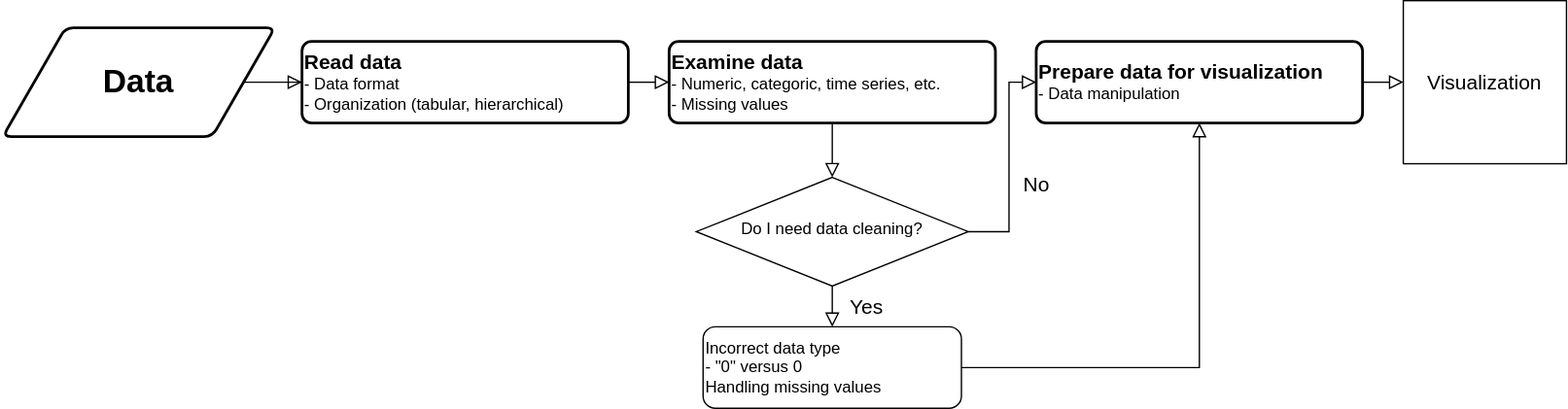
This is data2viz.drawio.svg from TK-Hsiao/TK-Hsiao.github.io, a draw.io export, as it was before one commit. Source tidied: cells renumbered, new cells last; positions are measured from the earlier drawing's top-left corner, leaving out a move shared by most shapes. The source it was exported from:
```xml
<mxGraphModel>
  <root>
    <mxCell id="0" />
    <mxCell id="1" parent="0" />
    <mxCell id="2" style="rounded=0;html=1;jettySize=auto;fontSize=11;endArrow=block;endFill=0;endSize=8;strokeWidth=1;shadow=0;labelBackgroundColor=none;edgeStyle=orthogonalEdgeStyle;entryX=0;entryY=0.5;entryDx=0;entryDy=0;" parent="1" edge="1" source="5" target="6">
      <mxGeometry relative="1" as="geometry" />
    </mxCell>
    <mxCell id="3" value="Do I need data cleaning?" style="rhombus;whiteSpace=wrap;html=1;shadow=0;fontFamily=Helvetica;fontSize=12;align=center;strokeWidth=1;spacing=6;spacingTop=-4;" parent="1" vertex="1">
      <mxGeometry x="510" y="130" width="200" height="80" as="geometry" />
    </mxCell>
    <mxCell id="4" value="Yes" style="edgeStyle=orthogonalEdgeStyle;rounded=0;html=1;jettySize=auto;orthogonalLoop=1;fontSize=11;endArrow=block;endFill=0;endSize=8;strokeWidth=1;shadow=0;labelBackgroundColor=none;" parent="1" edge="1">
      <mxGeometry y="10" relative="1" as="geometry">
        <mxPoint x="430" y="320" as="targetPoint" />
      </mxGeometry>
    </mxCell>
    <mxCell id="5" value="&lt;b&gt;&lt;font style=&quot;font-size: 24px;&quot;&gt;Data&lt;/font&gt;&lt;/b&gt;" style="shape=parallelogram;html=1;strokeWidth=2;perimeter=parallelogramPerimeter;whiteSpace=wrap;rounded=1;arcSize=12;size=0.23;" parent="1" vertex="1">
      <mxGeometry y="20" width="200" height="80" as="geometry" />
    </mxCell>
    <mxCell id="6" value="&lt;span style=&quot;font-size: 15px;&quot;&gt;&lt;b&gt;Read data&lt;br&gt;&lt;/b&gt;&lt;/span&gt;&lt;span style=&quot;background-color: initial;&quot;&gt;- Data format&lt;br&gt;&lt;/span&gt;&lt;span style=&quot;&quot;&gt;- Organization (tabular, hierarchical)&amp;nbsp;&lt;br&gt;&lt;/span&gt;" style="rounded=1;whiteSpace=wrap;html=1;absoluteArcSize=1;arcSize=14;strokeWidth=2;align=left;flipH=0;" parent="1" vertex="1">
      <mxGeometry x="220" y="30" width="240" height="60" as="geometry" />
    </mxCell>
    <mxCell id="7" style="rounded=0;html=1;jettySize=auto;fontSize=11;endArrow=block;endFill=0;endSize=8;strokeWidth=1;shadow=0;labelBackgroundColor=none;edgeStyle=orthogonalEdgeStyle;exitX=1;exitY=0.5;exitDx=0;exitDy=0;entryX=0;entryY=0.5;entryDx=0;entryDy=0;" parent="1" edge="1" source="6" target="8">
      <mxGeometry x="0.33" y="20" relative="1" as="geometry" />
    </mxCell>
    <mxCell id="8" value="&lt;b style=&quot;font-size: 15px;&quot;&gt;Examine data&lt;br&gt;&lt;/b&gt;- Numeric, categoric, time series, etc.&lt;br&gt;- Missing values" style="rounded=1;whiteSpace=wrap;html=1;absoluteArcSize=1;arcSize=14;strokeWidth=2;align=left;" parent="1" vertex="1">
      <mxGeometry x="490" y="30" width="240" height="60" as="geometry" />
    </mxCell>
    <mxCell id="9" style="rounded=0;html=1;jettySize=auto;fontSize=11;endArrow=block;endFill=0;endSize=8;strokeWidth=1;shadow=0;labelBackgroundColor=none;edgeStyle=orthogonalEdgeStyle;exitX=0.5;exitY=1;exitDx=0;exitDy=0;" parent="1" edge="1" source="8" target="3">
      <mxGeometry x="0.33" y="20" relative="1" as="geometry" />
    </mxCell>
    <mxCell id="10" value="Incorrect data type&lt;br&gt;- &quot;0&quot; versus 0&lt;br&gt;Handling missing values" style="rounded=1;whiteSpace=wrap;html=1;fontSize=12;glass=0;strokeWidth=1;shadow=0;align=left;" parent="1" vertex="1">
      <mxGeometry x="515" y="240" width="190" height="60" as="geometry" />
    </mxCell>
    <mxCell id="11" value="&lt;b style=&quot;font-size: 15px;&quot;&gt;Prepare data for visualization&lt;br&gt;&lt;/b&gt;- Data manipulation" style="rounded=1;whiteSpace=wrap;html=1;absoluteArcSize=1;arcSize=14;strokeWidth=2;align=left;" parent="1" vertex="1">
      <mxGeometry x="760" y="30" width="240" height="60" as="geometry" />
    </mxCell>
    <mxCell id="12" value="No" style="text;html=1;align=center;verticalAlign=middle;strokeColor=none;fillColor=none;fontSize=15;" parent="1" vertex="1">
      <mxGeometry x="740" y="120" width="40" height="30" as="geometry" />
    </mxCell>
    <mxCell id="13" value="Yes" style="text;html=1;align=center;verticalAlign=middle;strokeColor=none;fillColor=none;fontSize=15;" parent="1" vertex="1">
      <mxGeometry x="610" y="210" width="50" height="30" as="geometry" />
    </mxCell>
    <mxCell id="14" style="rounded=0;html=1;jettySize=auto;fontSize=11;endArrow=block;endFill=0;endSize=8;strokeWidth=1;shadow=0;labelBackgroundColor=none;edgeStyle=orthogonalEdgeStyle;exitX=0.5;exitY=1;exitDx=0;exitDy=0;entryX=0.5;entryY=0;entryDx=0;entryDy=0;" parent="1" edge="1" source="3" target="10">
      <mxGeometry x="0.33" y="20" relative="1" as="geometry" />
    </mxCell>
    <mxCell id="15" style="rounded=0;html=1;jettySize=auto;fontSize=11;endArrow=block;endFill=0;endSize=8;strokeWidth=1;shadow=0;labelBackgroundColor=none;edgeStyle=orthogonalEdgeStyle;exitX=1;exitY=0.5;exitDx=0;exitDy=0;entryX=0.5;entryY=1;entryDx=0;entryDy=0;" parent="1" edge="1" source="10" target="11">
      <mxGeometry x="0.33" y="20" relative="1" as="geometry" />
    </mxCell>
    <mxCell id="16" value="Visualization" style="whiteSpace=wrap;html=1;fontSize=15;" parent="1" vertex="1">
      <mxGeometry x="1030" width="120" height="120" as="geometry" />
    </mxCell>
    <mxCell id="17" style="rounded=0;html=1;jettySize=auto;fontSize=11;endArrow=block;endFill=0;endSize=8;strokeWidth=1;shadow=0;labelBackgroundColor=none;edgeStyle=orthogonalEdgeStyle;exitX=1;exitY=0.5;exitDx=0;exitDy=0;entryX=0;entryY=0.5;entryDx=0;entryDy=0;" parent="1" edge="1" source="3" target="11">
      <mxGeometry x="0.33" y="20" relative="1" as="geometry">
        <Array as="points">
          <mxPoint x="740" y="170" />
          <mxPoint x="740" y="60" />
        </Array>
      </mxGeometry>
    </mxCell>
    <mxCell id="18" style="rounded=0;html=1;jettySize=auto;fontSize=11;endArrow=block;endFill=0;endSize=8;strokeWidth=1;shadow=0;labelBackgroundColor=none;edgeStyle=orthogonalEdgeStyle;exitX=1;exitY=0.5;exitDx=0;exitDy=0;entryX=0;entryY=0.5;entryDx=0;entryDy=0;" parent="1" edge="1" source="11" target="16">
      <mxGeometry x="0.33" y="20" relative="1" as="geometry" />
    </mxCell>
  </root>
</mxGraphModel>
```
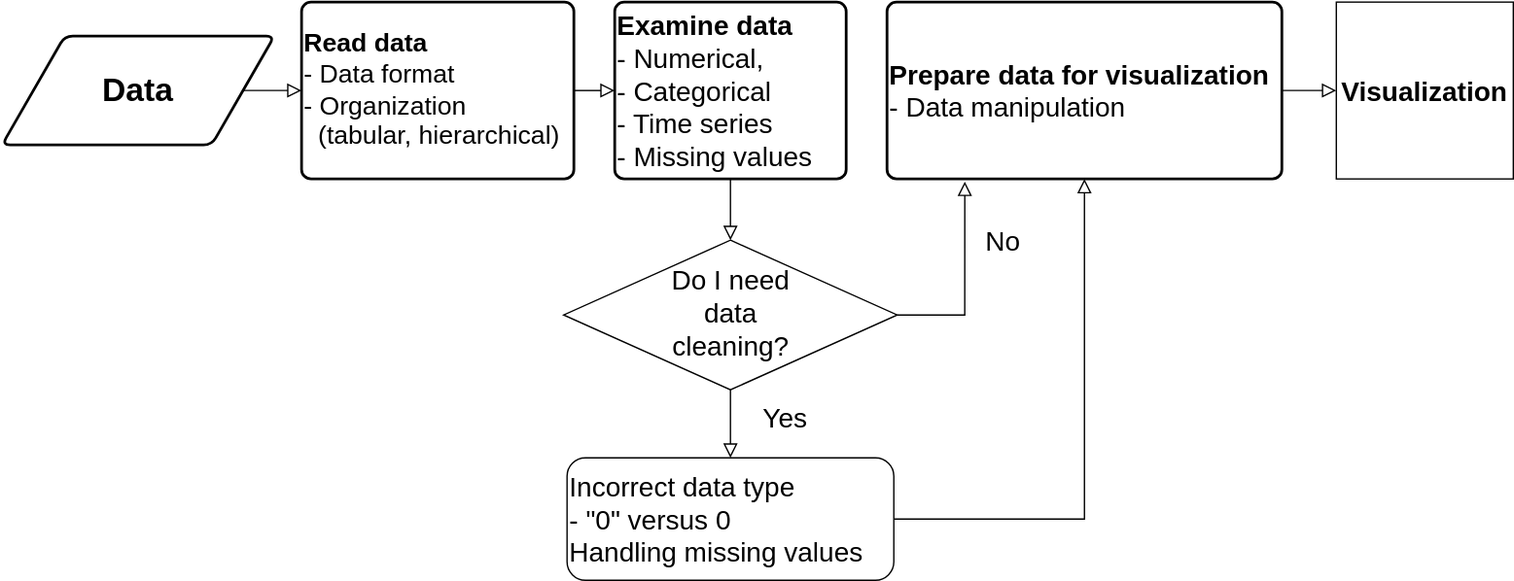
The same diagram one commit later.

Commit message:
data2viz svg

Change to the diagram source:
```diff
@@ -3,10 +3,14 @@
     <mxCell id="0" />
     <mxCell id="1" parent="0" />
     <mxCell id="2" style="rounded=0;html=1;jettySize=auto;fontSize=11;endArrow=block;endFill=0;endSize=8;strokeWidth=1;shadow=0;labelBackgroundColor=none;edgeStyle=orthogonalEdgeStyle;entryX=0;entryY=0.5;entryDx=0;entryDy=0;" parent="1" edge="1" source="5" target="6">
-      <mxGeometry relative="1" as="geometry" />
+      <mxGeometry relative="1" as="geometry">
+        <Array as="points">
+          <mxPoint x="220" y="60" />
+        </Array>
+      </mxGeometry>
     </mxCell>
-    <mxCell id="3" value="Do I need data cleaning?" style="rhombus;whiteSpace=wrap;html=1;shadow=0;fontFamily=Helvetica;fontSize=12;align=center;strokeWidth=1;spacing=6;spacingTop=-4;" parent="1" vertex="1">
-      <mxGeometry x="510" y="130" width="200" height="80" as="geometry" />
+    <mxCell id="3" value="&lt;font style=&quot;font-size: 20px;&quot;&gt;Do I need &lt;br&gt;data &lt;br&gt;cleaning?&lt;/font&gt;" style="rhombus;whiteSpace=wrap;html=1;shadow=0;fontFamily=Helvetica;fontSize=12;align=center;strokeWidth=1;spacing=6;spacingTop=-4;" parent="1" vertex="1">
+      <mxGeometry x="412.5" y="170" width="245" height="110" as="geometry" />
     </mxCell>
     <mxCell id="4" value="Yes" style="edgeStyle=orthogonalEdgeStyle;rounded=0;html=1;jettySize=auto;orthogonalLoop=1;fontSize=11;endArrow=block;endFill=0;endSize=8;strokeWidth=1;shadow=0;labelBackgroundColor=none;" parent="1" edge="1">
       <mxGeometry y="10" relative="1" as="geometry">
@@ -16,29 +20,29 @@
     <mxCell id="5" value="&lt;b&gt;&lt;font style=&quot;font-size: 24px;&quot;&gt;Data&lt;/font&gt;&lt;/b&gt;" style="shape=parallelogram;html=1;strokeWidth=2;perimeter=parallelogramPerimeter;whiteSpace=wrap;rounded=1;arcSize=12;size=0.23;" parent="1" vertex="1">
       <mxGeometry y="20" width="200" height="80" as="geometry" />
     </mxCell>
-    <mxCell id="6" value="&lt;span style=&quot;font-size: 15px;&quot;&gt;&lt;b&gt;Read data&lt;br&gt;&lt;/b&gt;&lt;/span&gt;&lt;span style=&quot;background-color: initial;&quot;&gt;- Data format&lt;br&gt;&lt;/span&gt;&lt;span style=&quot;&quot;&gt;- Organization (tabular, hierarchical)&amp;nbsp;&lt;br&gt;&lt;/span&gt;" style="rounded=1;whiteSpace=wrap;html=1;absoluteArcSize=1;arcSize=14;strokeWidth=2;align=left;flipH=0;" parent="1" vertex="1">
-      <mxGeometry x="220" y="30" width="240" height="60" as="geometry" />
+    <mxCell id="6" value="&lt;font style=&quot;font-size: 19px;&quot;&gt;&lt;font style=&quot;font-size: 19px;&quot;&gt;&lt;b style=&quot;&quot;&gt;Read data&lt;br&gt;&lt;/b&gt;&lt;span style=&quot;background-color: initial;&quot;&gt;- Data format&lt;br&gt;&lt;/span&gt;&lt;/font&gt;&lt;font style=&quot;font-size: 19px;&quot;&gt;- Organization&lt;br&gt;&amp;nbsp; (tabular, hierarchical)&amp;nbsp;&lt;/font&gt;&lt;/font&gt;" style="rounded=1;whiteSpace=wrap;html=1;absoluteArcSize=1;arcSize=14;strokeWidth=2;align=left;flipH=0;" parent="1" vertex="1">
+      <mxGeometry x="220" y="-5" width="200" height="130" as="geometry" />
     </mxCell>
     <mxCell id="7" style="rounded=0;html=1;jettySize=auto;fontSize=11;endArrow=block;endFill=0;endSize=8;strokeWidth=1;shadow=0;labelBackgroundColor=none;edgeStyle=orthogonalEdgeStyle;exitX=1;exitY=0.5;exitDx=0;exitDy=0;entryX=0;entryY=0.5;entryDx=0;entryDy=0;" parent="1" edge="1" source="6" target="8">
       <mxGeometry x="0.33" y="20" relative="1" as="geometry" />
     </mxCell>
-    <mxCell id="8" value="&lt;b style=&quot;font-size: 15px;&quot;&gt;Examine data&lt;br&gt;&lt;/b&gt;- Numeric, categoric, time series, etc.&lt;br&gt;- Missing values" style="rounded=1;whiteSpace=wrap;html=1;absoluteArcSize=1;arcSize=14;strokeWidth=2;align=left;" parent="1" vertex="1">
-      <mxGeometry x="490" y="30" width="240" height="60" as="geometry" />
+    <mxCell id="8" value="&lt;font style=&quot;font-size: 20px;&quot;&gt;&lt;b style=&quot;&quot;&gt;Examine data&lt;br&gt;&lt;/b&gt;- Numerical, &lt;br&gt;- Categorical&lt;br&gt;- Time series&lt;br&gt;- Missing values&lt;/font&gt;" style="rounded=1;whiteSpace=wrap;html=1;absoluteArcSize=1;arcSize=14;strokeWidth=2;align=left;" parent="1" vertex="1">
+      <mxGeometry x="450" y="-5" width="170" height="130" as="geometry" />
     </mxCell>
     <mxCell id="9" style="rounded=0;html=1;jettySize=auto;fontSize=11;endArrow=block;endFill=0;endSize=8;strokeWidth=1;shadow=0;labelBackgroundColor=none;edgeStyle=orthogonalEdgeStyle;exitX=0.5;exitY=1;exitDx=0;exitDy=0;" parent="1" edge="1" source="8" target="3">
       <mxGeometry x="0.33" y="20" relative="1" as="geometry" />
     </mxCell>
-    <mxCell id="10" value="Incorrect data type&lt;br&gt;- &quot;0&quot; versus 0&lt;br&gt;Handling missing values" style="rounded=1;whiteSpace=wrap;html=1;fontSize=12;glass=0;strokeWidth=1;shadow=0;align=left;" parent="1" vertex="1">
-      <mxGeometry x="515" y="240" width="190" height="60" as="geometry" />
+    <mxCell id="10" value="&lt;font style=&quot;font-size: 20px;&quot;&gt;Incorrect data type&lt;br&gt;- &quot;0&quot; versus 0&lt;br&gt;Handling missing values&lt;/font&gt;" style="rounded=1;whiteSpace=wrap;html=1;fontSize=12;glass=0;strokeWidth=1;shadow=0;align=left;" parent="1" vertex="1">
+      <mxGeometry x="415" y="330" width="240" height="90" as="geometry" />
     </mxCell>
-    <mxCell id="11" value="&lt;b style=&quot;font-size: 15px;&quot;&gt;Prepare data for visualization&lt;br&gt;&lt;/b&gt;- Data manipulation" style="rounded=1;whiteSpace=wrap;html=1;absoluteArcSize=1;arcSize=14;strokeWidth=2;align=left;" parent="1" vertex="1">
-      <mxGeometry x="760" y="30" width="240" height="60" as="geometry" />
+    <mxCell id="11" value="&lt;font style=&quot;font-size: 20px;&quot;&gt;&lt;b style=&quot;&quot;&gt;Prepare data for visualization&lt;br&gt;&lt;/b&gt;- Data manipulation&lt;/font&gt;" style="rounded=1;whiteSpace=wrap;html=1;absoluteArcSize=1;arcSize=14;strokeWidth=2;align=left;" parent="1" vertex="1">
+      <mxGeometry x="650" y="-5" width="290" height="130" as="geometry" />
     </mxCell>
-    <mxCell id="12" value="No" style="text;html=1;align=center;verticalAlign=middle;strokeColor=none;fillColor=none;fontSize=15;" parent="1" vertex="1">
-      <mxGeometry x="740" y="120" width="40" height="30" as="geometry" />
+    <mxCell id="12" value="&lt;font style=&quot;font-size: 20px;&quot;&gt;No&lt;/font&gt;" style="text;html=1;align=center;verticalAlign=middle;strokeColor=none;fillColor=none;fontSize=15;" parent="1" vertex="1">
+      <mxGeometry x="710" y="150" width="50" height="40" as="geometry" />
     </mxCell>
-    <mxCell id="13" value="Yes" style="text;html=1;align=center;verticalAlign=middle;strokeColor=none;fillColor=none;fontSize=15;" parent="1" vertex="1">
-      <mxGeometry x="610" y="210" width="50" height="30" as="geometry" />
+    <mxCell id="13" value="&lt;font style=&quot;font-size: 20px;&quot;&gt;Yes&lt;/font&gt;" style="text;html=1;align=center;verticalAlign=middle;strokeColor=none;fillColor=none;fontSize=15;" parent="1" vertex="1">
+      <mxGeometry x="545" y="280" width="60" height="40" as="geometry" />
     </mxCell>
     <mxCell id="14" style="rounded=0;html=1;jettySize=auto;fontSize=11;endArrow=block;endFill=0;endSize=8;strokeWidth=1;shadow=0;labelBackgroundColor=none;edgeStyle=orthogonalEdgeStyle;exitX=0.5;exitY=1;exitDx=0;exitDy=0;entryX=0.5;entryY=0;entryDx=0;entryDy=0;" parent="1" edge="1" source="3" target="10">
       <mxGeometry x="0.33" y="20" relative="1" as="geometry" />
@@ -46,19 +50,18 @@
     <mxCell id="15" style="rounded=0;html=1;jettySize=auto;fontSize=11;endArrow=block;endFill=0;endSize=8;strokeWidth=1;shadow=0;labelBackgroundColor=none;edgeStyle=orthogonalEdgeStyle;exitX=1;exitY=0.5;exitDx=0;exitDy=0;entryX=0.5;entryY=1;entryDx=0;entryDy=0;" parent="1" edge="1" source="10" target="11">
       <mxGeometry x="0.33" y="20" relative="1" as="geometry" />
     </mxCell>
-    <mxCell id="16" value="Visualization" style="whiteSpace=wrap;html=1;fontSize=15;" parent="1" vertex="1">
-      <mxGeometry x="1030" width="120" height="120" as="geometry" />
+    <mxCell id="16" value="&lt;font style=&quot;font-size: 20px;&quot;&gt;&lt;b&gt;Visualization&lt;/b&gt;&lt;/font&gt;" style="whiteSpace=wrap;html=1;fontSize=15;" parent="1" vertex="1">
+      <mxGeometry x="980" y="-5" width="130" height="130" as="geometry" />
     </mxCell>
+    <mxCell id="18" style="rounded=0;html=1;jettySize=auto;fontSize=11;endArrow=block;endFill=0;endSize=8;strokeWidth=1;shadow=0;labelBackgroundColor=none;edgeStyle=orthogonalEdgeStyle;exitX=1;exitY=0.5;exitDx=0;exitDy=0;entryX=0;entryY=0.5;entryDx=0;entryDy=0;" parent="1" edge="1" source="11" target="16">
+      <mxGeometry x="0.33" y="20" relative="1" as="geometry">
+        <Array as="points">
+          <mxPoint x="940" y="60" />
+        </Array>
+      </mxGeometry>
+    </mxCell>
-    <mxCell id="17" style="rounded=0;html=1;jettySize=auto;fontSize=11;endArrow=block;endFill=0;endSize=8;strokeWidth=1;shadow=0;labelBackgroundColor=none;edgeStyle=orthogonalEdgeStyle;exitX=1;exitY=0.5;exitDx=0;exitDy=0;entryX=0;entryY=0.5;entryDx=0;entryDy=0;" parent="1" edge="1" source="3" target="11">
-      <mxGeometry x="0.33" y="20" relative="1" as="geometry">
-        <Array as="points">
-          <mxPoint x="740" y="170" />
-          <mxPoint x="740" y="60" />
-        </Array>
-      </mxGeometry>
+    <mxCell id="17" style="rounded=0;html=1;jettySize=auto;fontSize=11;endArrow=block;endFill=0;endSize=8;strokeWidth=1;shadow=0;labelBackgroundColor=none;edgeStyle=orthogonalEdgeStyle;exitX=1;exitY=0.5;exitDx=0;exitDy=0;entryX=0.197;entryY=1.015;entryDx=0;entryDy=0;entryPerimeter=0;" parent="1" edge="1" source="3" target="11">
+      <mxGeometry x="0.33" y="20" relative="1" as="geometry" />
     </mxCell>
-    <mxCell id="18" style="rounded=0;html=1;jettySize=auto;fontSize=11;endArrow=block;endFill=0;endSize=8;strokeWidth=1;shadow=0;labelBackgroundColor=none;edgeStyle=orthogonalEdgeStyle;exitX=1;exitY=0.5;exitDx=0;exitDy=0;entryX=0;entryY=0.5;entryDx=0;entryDy=0;" parent="1" edge="1" source="11" target="16">
-      <mxGeometry x="0.33" y="20" relative="1" as="geometry" />
-    </mxCell>
   </root>
 </mxGraphModel>
```
